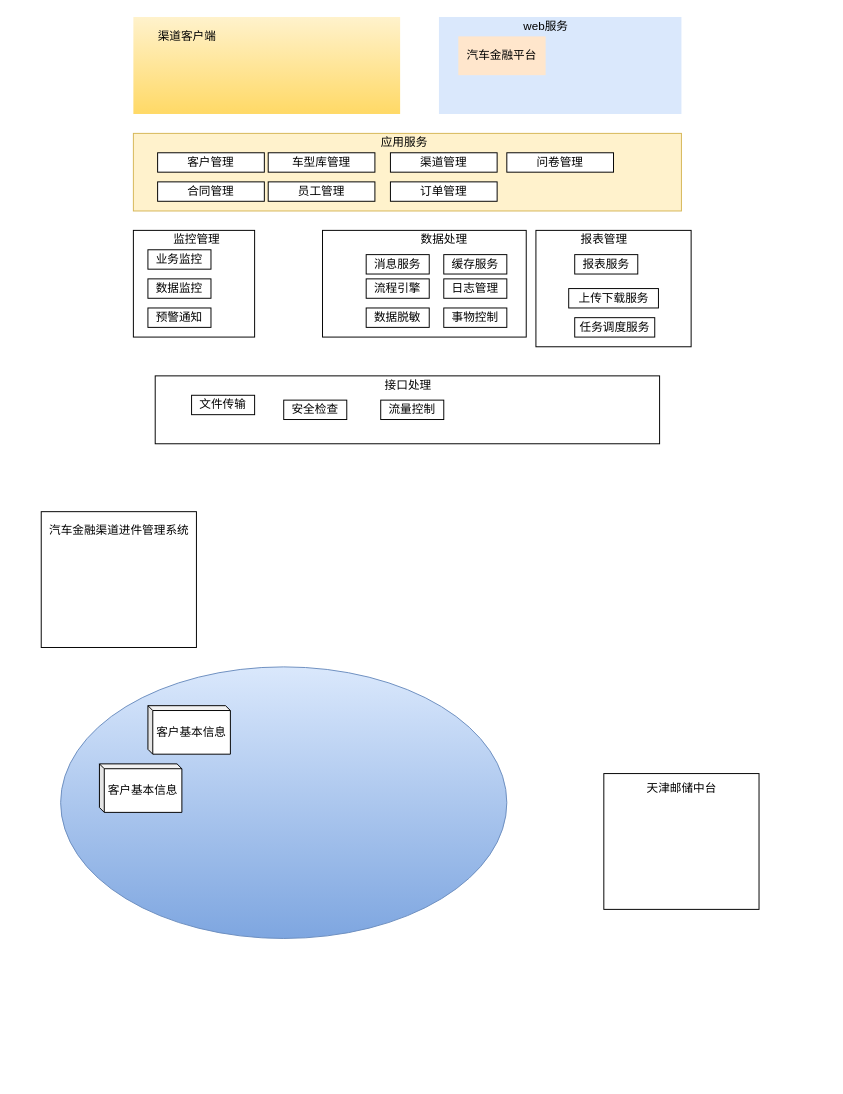
This is Untitled Diagram3333333.drawio from gxhslcww/scala, a draw.io file, before an edit. Source tidied: cells renumbered, new cells numbered last; positions are measured from the earlier drawing's top-left corner, leaving out a move shared by most shapes. Both pictures are drawn from the tidied source at 97%, with x=0, y=0 at pixel (41, 16).
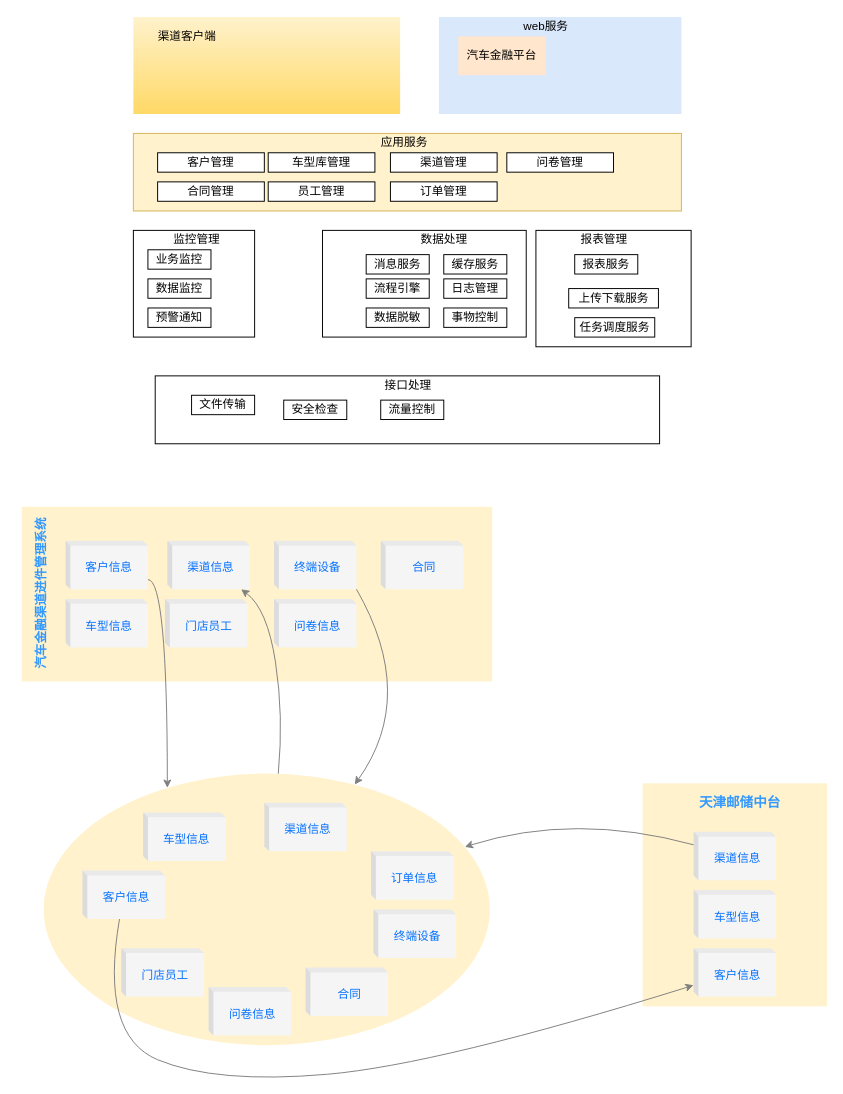
The same diagram, later.

Diff of the diagram source:
```diff
@@
-    <mxCell id="39" style="ellipse;whiteSpace=wrap;html=1;fillColor=#dae8fc;gradientColor=#7ea6e0;strokeColor=#6c8ebf;" parent="1" vertex="1">
-      <mxGeometry x="20" y="670" width="460" height="280" as="geometry" />
+    <mxCell id="39" style="ellipse;whiteSpace=wrap;html=1;fillColor=#fff2cc;strokeColor=none;" parent="1" vertex="1">
+      <mxGeometry x="2.5" y="780" width="460" height="280" as="geometry" />
     </mxCell>
-    <mxCell id="40" style="rounded=0;whiteSpace=wrap;html=1;fontColor=#000000;" parent="1" vertex="1">
-      <mxGeometry x="580" y="780" width="160" height="140" as="geometry" />
+    <mxCell id="40" style="rounded=0;whiteSpace=wrap;html=1;fillColor=#fff2cc;strokeColor=none;" parent="1" vertex="1">
+      <mxGeometry x="620" y="790" width="190" height="230" as="geometry" />
     </mxCell>
-    <mxCell id="41" value="天津邮储中台" style="text;html=1;align=center;verticalAlign=middle;strokeColor=none;fillColor=none;fontColor=#000000;" parent="1" vertex="1">
-      <mxGeometry x="615" y="785" width="90" height="20" as="geometry" />
+    <mxCell id="41" value="&lt;font style=&quot;font-size: 14px&quot; color=&quot;#3399ff&quot;&gt;&lt;b&gt;天津邮储中台&lt;/b&gt;&lt;/font&gt;" style="text;html=1;align=center;verticalAlign=middle;strokeColor=none;fillColor=none;fontColor=#000000;" parent="1" vertex="1">
+      <mxGeometry x="670" y="800" width="100" height="20" as="geometry" />
     </mxCell>
-    <mxCell id="42" style="rounded=0;whiteSpace=wrap;html=1;fontColor=#000000;" parent="1" vertex="1">
-      <mxGeometry y="510" width="160" height="140" as="geometry" />
+    <mxCell id="42" style="rounded=0;whiteSpace=wrap;html=1;fillColor=#fff2cc;strokeColor=none;" parent="1" vertex="1">
+      <mxGeometry x="-20" y="505" width="485" height="180" as="geometry" />
     </mxCell>
-    <mxCell id="43" value="汽车金融渠道进件管理系统" style="text;html=1;align=center;verticalAlign=middle;strokeColor=none;fillColor=none;fontColor=#000000;" parent="1" vertex="1">
-      <mxGeometry y="520" width="160" height="20" as="geometry" />
+    <mxCell id="43" value="&lt;blockquote&gt;&lt;font face=&quot;Comic Sans MS&quot; style=&quot;font-size: 13px&quot; color=&quot;#3399ff&quot;&gt;&lt;b&gt;汽车金融渠道进件管理系统&lt;/b&gt;&lt;/font&gt;&lt;/blockquote&gt;" style="text;html=1;align=center;verticalAlign=middle;strokeColor=none;fillColor=none;fontColor=#000000;horizontal=0;" parent="1" vertex="1">
+      <mxGeometry x="-25" y="475" width="50" height="240" as="geometry" />
     </mxCell>
-    <mxCell id="44" value="客户基本信息" style="shape=cube;whiteSpace=wrap;html=1;boundedLbl=1;backgroundOutline=1;darkOpacity=0.05;darkOpacity2=0.1;fontColor=#000000;size=5;" parent="1" vertex="1">
-      <mxGeometry x="60" y="770" width="85" height="50" as="geometry" />
+    <mxCell id="44" value="&lt;font color=&quot;#0571ff&quot;&gt;客户信息&lt;/font&gt;" style="shape=cube;whiteSpace=wrap;html=1;boundedLbl=1;backgroundOutline=1;darkOpacity=0.05;darkOpacity2=0.1;fontColor=#333333;size=5;fillColor=#f5f5f5;strokeColor=none;" parent="1" vertex="1">
+      <mxGeometry x="42.5" y="880" width="85" height="50" as="geometry" />
     </mxCell>
-    <mxCell id="45" value="客户基本信息" style="shape=cube;whiteSpace=wrap;html=1;boundedLbl=1;backgroundOutline=1;darkOpacity=0.05;darkOpacity2=0.1;fontColor=#000000;size=5;" parent="1" vertex="1">
-      <mxGeometry x="110" y="710" width="85" height="50" as="geometry" />
+    <mxCell id="45" value="&lt;font color=&quot;#0571ff&quot;&gt;车型信息&lt;/font&gt;" style="shape=cube;whiteSpace=wrap;html=1;boundedLbl=1;backgroundOutline=1;darkOpacity=0.05;darkOpacity2=0.1;size=5;fillColor=#f5f5f5;strokeColor=none;fontColor=#333333;" parent="1" vertex="1">
+      <mxGeometry x="105" y="820" width="85" height="50" as="geometry" />
     </mxCell>
+    <mxCell id="46" value="&lt;font color=&quot;#0571ff&quot;&gt;渠道信息&lt;/font&gt;" style="shape=cube;whiteSpace=wrap;html=1;boundedLbl=1;backgroundOutline=1;darkOpacity=0.05;darkOpacity2=0.1;size=5;fillColor=#f5f5f5;strokeColor=none;fontColor=#333333;" parent="1" vertex="1">
+      <mxGeometry x="230" y="810" width="85" height="50" as="geometry" />
+    </mxCell>
+    <mxCell id="47" value="&lt;font color=&quot;#0571ff&quot;&gt;门店员工&lt;/font&gt;" style="shape=cube;whiteSpace=wrap;html=1;boundedLbl=1;backgroundOutline=1;darkOpacity=0.05;darkOpacity2=0.1;size=5;fillColor=#f5f5f5;strokeColor=none;fontColor=#333333;" parent="1" vertex="1">
+      <mxGeometry x="82.5" y="960" width="85" height="50" as="geometry" />
+    </mxCell>
+    <mxCell id="48" value="&lt;font color=&quot;#0571ff&quot;&gt;问卷信息&lt;/font&gt;" style="shape=cube;whiteSpace=wrap;html=1;boundedLbl=1;backgroundOutline=1;darkOpacity=0.05;darkOpacity2=0.1;size=5;fillColor=#f5f5f5;strokeColor=none;fontColor=#333333;" parent="1" vertex="1">
+      <mxGeometry x="172.5" y="1000" width="85" height="50" as="geometry" />
+    </mxCell>
+    <mxCell id="49" value="&lt;font color=&quot;#0571ff&quot;&gt;合同&lt;/font&gt;" style="shape=cube;whiteSpace=wrap;html=1;boundedLbl=1;backgroundOutline=1;darkOpacity=0.05;darkOpacity2=0.1;size=5;fillColor=#f5f5f5;strokeColor=none;fontColor=#333333;" parent="1" vertex="1">
+      <mxGeometry x="272.5" y="980" width="85" height="50" as="geometry" />
+    </mxCell>
+    <mxCell id="50" value="&lt;font color=&quot;#0571ff&quot;&gt;终端设备&lt;/font&gt;" style="shape=cube;whiteSpace=wrap;html=1;boundedLbl=1;backgroundOutline=1;darkOpacity=0.05;darkOpacity2=0.1;size=5;fillColor=#f5f5f5;strokeColor=none;fontColor=#333333;" parent="1" vertex="1">
+      <mxGeometry x="342.5" y="920" width="85" height="50" as="geometry" />
+    </mxCell>
+    <mxCell id="51" value="&lt;font color=&quot;#0571ff&quot;&gt;渠道信息&lt;/font&gt;" style="shape=cube;whiteSpace=wrap;html=1;boundedLbl=1;backgroundOutline=1;darkOpacity=0.05;darkOpacity2=0.1;size=5;fillColor=#f5f5f5;strokeColor=none;fontColor=#333333;" parent="1" vertex="1">
+      <mxGeometry x="672.5" y="840" width="85" height="50" as="geometry" />
+    </mxCell>
+    <mxCell id="52" value="&lt;font color=&quot;#0571ff&quot;&gt;车型信息&lt;/font&gt;" style="shape=cube;whiteSpace=wrap;html=1;boundedLbl=1;backgroundOutline=1;darkOpacity=0.05;darkOpacity2=0.1;size=5;fillColor=#f5f5f5;strokeColor=none;fontColor=#333333;" parent="1" vertex="1">
+      <mxGeometry x="672.5" y="900" width="85" height="50" as="geometry" />
+    </mxCell>
+    <mxCell id="53" value="&lt;font color=&quot;#0571ff&quot;&gt;客户信息&lt;/font&gt;" style="shape=cube;whiteSpace=wrap;html=1;boundedLbl=1;backgroundOutline=1;darkOpacity=0.05;darkOpacity2=0.1;fontColor=#333333;size=5;fillColor=#f5f5f5;strokeColor=none;" parent="1" vertex="1">
+      <mxGeometry x="672.5" y="960" width="85" height="50" as="geometry" />
+    </mxCell>
+    <mxCell id="54" value="&lt;font color=&quot;#0571ff&quot;&gt;客户信息&lt;/font&gt;" style="shape=cube;whiteSpace=wrap;html=1;boundedLbl=1;backgroundOutline=1;darkOpacity=0.05;darkOpacity2=0.1;fontColor=#333333;size=5;fillColor=#f5f5f5;strokeColor=none;" parent="1" vertex="1">
+      <mxGeometry x="25" y="540" width="85" height="50" as="geometry" />
+    </mxCell>
+    <mxCell id="55" value="&lt;font color=&quot;#0571ff&quot;&gt;渠道信息&lt;/font&gt;" style="shape=cube;whiteSpace=wrap;html=1;boundedLbl=1;backgroundOutline=1;darkOpacity=0.05;darkOpacity2=0.1;size=5;fillColor=#f5f5f5;strokeColor=none;fontColor=#333333;" parent="1" vertex="1">
+      <mxGeometry x="130" y="540" width="85" height="50" as="geometry" />
+    </mxCell>
+    <mxCell id="56" value="&lt;font color=&quot;#0571ff&quot;&gt;终端设备&lt;/font&gt;" style="shape=cube;whiteSpace=wrap;html=1;boundedLbl=1;backgroundOutline=1;darkOpacity=0.05;darkOpacity2=0.1;size=5;fillColor=#f5f5f5;strokeColor=none;fontColor=#333333;" parent="1" vertex="1">
+      <mxGeometry x="240" y="540" width="85" height="50" as="geometry" />
+    </mxCell>
+    <mxCell id="57" value="&lt;font color=&quot;#0571ff&quot;&gt;合同&lt;/font&gt;" style="shape=cube;whiteSpace=wrap;html=1;boundedLbl=1;backgroundOutline=1;darkOpacity=0.05;darkOpacity2=0.1;size=5;fillColor=#f5f5f5;strokeColor=none;fontColor=#333333;" parent="1" vertex="1">
+      <mxGeometry x="350" y="540" width="85" height="50" as="geometry" />
+    </mxCell>
+    <mxCell id="58" value="&lt;font color=&quot;#0571ff&quot;&gt;车型信息&lt;/font&gt;" style="shape=cube;whiteSpace=wrap;html=1;boundedLbl=1;backgroundOutline=1;darkOpacity=0.05;darkOpacity2=0.1;size=5;fillColor=#f5f5f5;strokeColor=none;fontColor=#333333;" parent="1" vertex="1">
+      <mxGeometry x="25" y="600" width="85" height="50" as="geometry" />
+    </mxCell>
+    <mxCell id="59" value="&lt;font color=&quot;#0571ff&quot;&gt;门店员工&lt;/font&gt;" style="shape=cube;whiteSpace=wrap;html=1;boundedLbl=1;backgroundOutline=1;darkOpacity=0.05;darkOpacity2=0.1;size=5;fillColor=#f5f5f5;strokeColor=none;fontColor=#333333;" parent="1" vertex="1">
+      <mxGeometry x="127.5" y="600" width="85" height="50" as="geometry" />
+    </mxCell>
+    <mxCell id="60" value="&lt;font color=&quot;#0571ff&quot;&gt;问卷信息&lt;/font&gt;" style="shape=cube;whiteSpace=wrap;html=1;boundedLbl=1;backgroundOutline=1;darkOpacity=0.05;darkOpacity2=0.1;size=5;fillColor=#f5f5f5;strokeColor=none;fontColor=#333333;" parent="1" vertex="1">
+      <mxGeometry x="240" y="600" width="85" height="50" as="geometry" />
+    </mxCell>
+    <mxCell id="61" style="endArrow=classic;html=1;rounded=0;fontFamily=Comic Sans MS;fontSize=14;fontColor=#0000FF;strokeColor=#808080;edgeStyle=orthogonalEdgeStyle;curved=1;" parent="1" edge="1" source="54" target="39">
+      <mxGeometry relative="1" as="geometry">
+        <Array as="points">
+          <mxPoint x="130" y="580" />
+        </Array>
+      </mxGeometry>
+    </mxCell>
+    <mxCell id="62" value="&lt;font color=&quot;#0571ff&quot;&gt;订单信息&lt;/font&gt;" style="shape=cube;whiteSpace=wrap;html=1;boundedLbl=1;backgroundOutline=1;darkOpacity=0.05;darkOpacity2=0.1;size=5;fillColor=#f5f5f5;strokeColor=none;fontColor=#333333;" parent="1" vertex="1">
+      <mxGeometry x="340" y="860" width="85" height="50" as="geometry" />
+    </mxCell>
+    <mxCell id="63" style="curved=1;endArrow=classic;html=1;rounded=0;fontFamily=Comic Sans MS;fontSize=14;fontColor=#0571FF;strokeColor=#808080;" parent="1" edge="1" target="39">
+      <mxGeometry relative="1" as="geometry">
+        <mxPoint x="325" y="590" as="sourcePoint" />
+        <Array as="points">
+          <mxPoint x="388.1" y="700" />
+        </Array>
+      </mxGeometry>
+    </mxCell>
+    <mxCell id="64" style="curved=1;endArrow=classic;html=1;rounded=0;fontFamily=Comic Sans MS;fontSize=14;fontColor=#0571FF;strokeColor=#808080;" parent="1" edge="1" source="39" target="55">
+      <mxGeometry relative="1" as="geometry">
+        <Array as="points">
+          <mxPoint x="250" y="720" />
+          <mxPoint x="233" y="610" />
+        </Array>
+      </mxGeometry>
+    </mxCell>
+    <mxCell id="65" style="curved=1;endArrow=classic;html=1;rounded=0;fontFamily=Comic Sans MS;fontSize=14;fontColor=#0571FF;strokeColor=#808080;" parent="1" edge="1" source="51" target="39">
+      <mxGeometry relative="1" as="geometry">
+        <Array as="points">
+          <mxPoint x="550" y="820" />
+        </Array>
+      </mxGeometry>
+    </mxCell>
+    <mxCell id="66" style="curved=1;endArrow=classic;html=1;rounded=0;fontFamily=Comic Sans MS;fontSize=14;fontColor=#0571FF;strokeColor=#808080;" parent="1" edge="1" source="44" target="53">
+      <mxGeometry relative="1" as="geometry">
+        <Array as="points">
+          <mxPoint x="60" y="1050" />
+          <mxPoint x="180" y="1100" />
+          <mxPoint x="410" y="1080" />
+        </Array>
+      </mxGeometry>
+    </mxCell>
```
